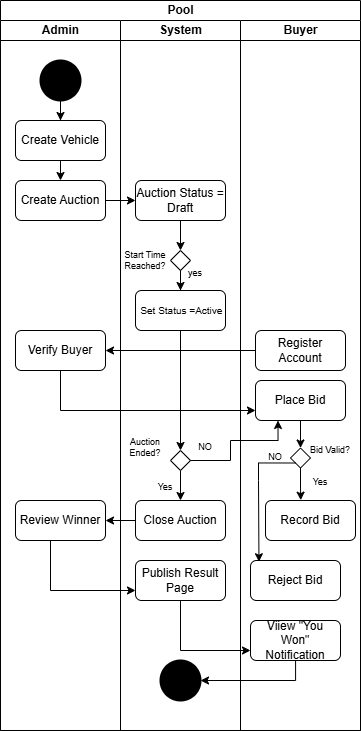
This is Documentation/Final Report/Activity Diagram.drawio.png from KavinduJehan/Web-Based-Vehicle-Auction-Platform, a draw.io export, as it was before one commit. Source tidied: cells renumbered, new cells last; positions are measured from the earlier drawing's top-left corner, leaving out a move shared by most shapes. Its diagram source:
```xml
<mxGraphModel background="#ffffff">
  <root>
    <mxCell id="0" />
    <mxCell id="1" parent="0" />
    <mxCell id="2" value="Pool" style="swimlane;startSize=20;html=1;" parent="1" vertex="1">
      <mxGeometry width="360" height="730" as="geometry" />
    </mxCell>
    <mxCell id="3" value="Admin" style="swimlane;startSize=20;html=1;" parent="2" vertex="1">
      <mxGeometry y="20" width="120" height="710" as="geometry" />
    </mxCell>
    <mxCell id="4" style="edgeStyle=orthogonalEdgeStyle;rounded=0;jettySize=auto;html=1;entryX=0.5;entryY=0;entryDx=0;entryDy=0;" parent="3" edge="1" source="5" target="7">
      <mxGeometry relative="1" as="geometry" />
    </mxCell>
    <mxCell id="5" style="strokeWidth=2;html=1;shape=mxgraph.flowchart.start_2;whiteSpace=wrap;fillColor=#000000;" parent="3" vertex="1">
      <mxGeometry x="40" y="40" width="40" height="40" as="geometry" />
    </mxCell>
    <mxCell id="6" style="edgeStyle=orthogonalEdgeStyle;rounded=0;jettySize=auto;html=1;exitX=0.5;exitY=1;exitDx=0;exitDy=0;entryX=0.5;entryY=0;entryDx=0;entryDy=0;" parent="3" edge="1" source="7" target="8">
      <mxGeometry relative="1" as="geometry" />
    </mxCell>
    <mxCell id="7" value="Create Vehicle" style="rounded=1;whiteSpace=wrap;html=1;" parent="3" vertex="1">
      <mxGeometry x="15" y="100" width="90" height="40" as="geometry" />
    </mxCell>
    <mxCell id="8" value="Create Auction" style="rounded=1;whiteSpace=wrap;html=1;" parent="3" vertex="1">
      <mxGeometry x="15" y="160" width="90" height="40" as="geometry" />
    </mxCell>
    <mxCell id="9" value="Verify Buyer" style="rounded=1;whiteSpace=wrap;html=1;" parent="3" vertex="1">
      <mxGeometry x="15" y="310" width="90" height="40" as="geometry" />
    </mxCell>
    <mxCell id="10" value="Review Winner" style="rounded=1;whiteSpace=wrap;html=1;" parent="3" vertex="1">
      <mxGeometry x="15" y="480" width="90" height="40" as="geometry" />
    </mxCell>
    <mxCell id="11" style="edgeStyle=orthogonalEdgeStyle;rounded=0;jettySize=auto;html=1;exitX=1;exitY=0.5;exitDx=0;exitDy=0;entryX=0;entryY=0.5;entryDx=0;entryDy=0;" parent="2" edge="1" source="8" target="14">
      <mxGeometry relative="1" as="geometry" />
    </mxCell>
    <mxCell id="12" value="System" style="swimlane;startSize=20;html=1;" parent="2" vertex="1">
      <mxGeometry x="120" y="20" width="120" height="710" as="geometry" />
    </mxCell>
    <mxCell id="13" style="edgeStyle=orthogonalEdgeStyle;rounded=0;jettySize=auto;html=1;" parent="12" edge="1" source="14" target="16">
      <mxGeometry relative="1" as="geometry" />
    </mxCell>
    <mxCell id="14" value="Auction Status = Draft" style="rounded=1;whiteSpace=wrap;html=1;" parent="12" vertex="1">
      <mxGeometry x="15" y="160" width="90" height="40" as="geometry" />
    </mxCell>
    <mxCell id="15" style="edgeStyle=orthogonalEdgeStyle;rounded=0;jettySize=auto;html=1;" parent="12" edge="1" source="16" target="19">
      <mxGeometry relative="1" as="geometry" />
    </mxCell>
    <mxCell id="16" style="rhombus;whiteSpace=wrap;html=1;" parent="12" vertex="1">
      <mxGeometry x="50" y="230" width="20" height="20" as="geometry" />
    </mxCell>
    <mxCell id="17" value="Start Time&lt;br&gt;Reached?" style="text;html=1;whiteSpace=wrap;strokeColor=none;fillColor=none;align=center;verticalAlign=middle;rounded=0;fontSize=9;" parent="12" vertex="1">
      <mxGeometry y="222.5" width="50" height="35" as="geometry" />
    </mxCell>
    <mxCell id="18" style="edgeStyle=orthogonalEdgeStyle;rounded=0;jettySize=auto;html=1;entryX=0.5;entryY=0;entryDx=0;entryDy=0;" parent="12" edge="1" source="19" target="21">
      <mxGeometry relative="1" as="geometry" />
    </mxCell>
    <mxCell id="19" value="&amp;nbsp;Set Status =Active" style="rounded=1;whiteSpace=wrap;html=1;fontSize=10;" parent="12" vertex="1">
      <mxGeometry x="15" y="270" width="90" height="40" as="geometry" />
    </mxCell>
    <mxCell id="20" style="edgeStyle=orthogonalEdgeStyle;rounded=0;jettySize=auto;html=1;entryX=0.5;entryY=0;entryDx=0;entryDy=0;" parent="12" edge="1" source="21" target="24">
      <mxGeometry relative="1" as="geometry" />
    </mxCell>
    <mxCell id="21" style="rhombus;whiteSpace=wrap;html=1;" parent="12" vertex="1">
      <mxGeometry x="50" y="430" width="20" height="20" as="geometry" />
    </mxCell>
    <mxCell id="22" value="yes" style="text;html=1;whiteSpace=wrap;strokeColor=none;fillColor=none;align=center;verticalAlign=middle;rounded=0;fontSize=9;" parent="12" vertex="1">
      <mxGeometry x="50" y="235" width="50" height="35" as="geometry" />
    </mxCell>
    <mxCell id="23" value="Auction Ended?" style="text;html=1;whiteSpace=wrap;strokeColor=none;fillColor=none;align=center;verticalAlign=middle;rounded=0;fontSize=9;" parent="12" vertex="1">
      <mxGeometry y="410" width="50" height="35" as="geometry" />
    </mxCell>
    <mxCell id="24" value="Close Auction" style="rounded=1;whiteSpace=wrap;html=1;" parent="12" vertex="1">
      <mxGeometry x="15" y="480" width="90" height="40" as="geometry" />
    </mxCell>
    <mxCell id="25" value="Publish Result Page" style="rounded=1;whiteSpace=wrap;html=1;" parent="12" vertex="1">
      <mxGeometry x="15" y="540" width="90" height="40" as="geometry" />
    </mxCell>
    <mxCell id="26" value="Yes" style="text;html=1;whiteSpace=wrap;strokeColor=none;fillColor=none;align=center;verticalAlign=middle;rounded=0;fontSize=9;" parent="12" vertex="1">
      <mxGeometry x="20" y="450" width="50" height="35" as="geometry" />
    </mxCell>
    <mxCell id="27" value="NO" style="text;html=1;whiteSpace=wrap;strokeColor=none;fillColor=none;align=center;verticalAlign=middle;rounded=0;fontSize=9;" parent="12" vertex="1">
      <mxGeometry x="60" y="410" width="50" height="35" as="geometry" />
    </mxCell>
    <mxCell id="28" style="strokeWidth=2;html=1;shape=mxgraph.flowchart.start_2;whiteSpace=wrap;fillColor=#000000;" parent="12" vertex="1">
      <mxGeometry x="40" y="640" width="40" height="40" as="geometry" />
    </mxCell>
    <mxCell id="29" value="Buyer" style="swimlane;startSize=20;html=1;" parent="2" vertex="1">
      <mxGeometry x="240" y="20" width="120" height="710" as="geometry" />
    </mxCell>
    <mxCell id="30" value="Register Account" style="rounded=1;whiteSpace=wrap;html=1;" parent="29" vertex="1">
      <mxGeometry x="15" y="310" width="90" height="40" as="geometry" />
    </mxCell>
    <mxCell id="31" style="edgeStyle=orthogonalEdgeStyle;rounded=0;jettySize=auto;html=1;exitX=0.5;exitY=1;exitDx=0;exitDy=0;entryX=0.5;entryY=0;entryDx=0;entryDy=0;" parent="29" edge="1" source="32" target="33">
      <mxGeometry relative="1" as="geometry" />
    </mxCell>
    <mxCell id="32" value="Place Bid " style="rounded=1;whiteSpace=wrap;html=1;" parent="29" vertex="1">
      <mxGeometry x="15" y="360" width="90" height="40" as="geometry" />
    </mxCell>
    <mxCell id="33" style="rhombus;whiteSpace=wrap;html=1;" parent="29" vertex="1">
      <mxGeometry x="50" y="427.5" width="20" height="20" as="geometry" />
    </mxCell>
    <mxCell id="34" value="Bid Valid?" style="text;html=1;whiteSpace=wrap;strokeColor=none;fillColor=none;align=center;verticalAlign=middle;rounded=0;fontSize=9;" parent="29" vertex="1">
      <mxGeometry x="65" y="412.5" width="50" height="35" as="geometry" />
    </mxCell>
    <mxCell id="35" value="Record Bid" style="rounded=1;whiteSpace=wrap;html=1;" parent="29" vertex="1">
      <mxGeometry x="25" y="480" width="90" height="40" as="geometry" />
    </mxCell>
    <mxCell id="36" value="Reject Bid" style="rounded=1;whiteSpace=wrap;html=1;" parent="29" vertex="1">
      <mxGeometry x="10" y="540" width="90" height="40" as="geometry" />
    </mxCell>
    <mxCell id="37" style="edgeStyle=orthogonalEdgeStyle;rounded=0;jettySize=auto;html=1;entryX=0.392;entryY=-0.008;entryDx=0;entryDy=0;entryPerimeter=0;" parent="29" edge="1" source="33" target="35">
      <mxGeometry relative="1" as="geometry" />
    </mxCell>
    <mxCell id="38" style="edgeStyle=orthogonalEdgeStyle;rounded=0;jettySize=auto;html=1;exitX=0;exitY=1;exitDx=0;exitDy=0;entryX=0.094;entryY=0.031;entryDx=0;entryDy=0;entryPerimeter=0;" parent="29" edge="1" source="33" target="36">
      <mxGeometry relative="1" as="geometry">
        <Array as="points">
          <mxPoint x="18" y="443" />
          <mxPoint x="18" y="460" />
        </Array>
      </mxGeometry>
    </mxCell>
    <mxCell id="39" value="NO" style="text;html=1;whiteSpace=wrap;strokeColor=none;fillColor=none;align=center;verticalAlign=middle;rounded=0;fontSize=9;" parent="29" vertex="1">
      <mxGeometry x="10" y="420" width="50" height="35" as="geometry" />
    </mxCell>
    <mxCell id="40" value="Yes" style="text;html=1;whiteSpace=wrap;strokeColor=none;fillColor=none;align=center;verticalAlign=middle;rounded=0;fontSize=9;" parent="29" vertex="1">
      <mxGeometry x="55" y="445" width="50" height="35" as="geometry" />
    </mxCell>
    <mxCell id="41" value="Viiew &quot;You Won&quot; Notification" style="rounded=1;whiteSpace=wrap;html=1;" parent="29" vertex="1">
      <mxGeometry x="10" y="600" width="90" height="40" as="geometry" />
    </mxCell>
    <mxCell id="42" style="edgeStyle=orthogonalEdgeStyle;rounded=0;jettySize=auto;html=1;entryX=1;entryY=0.5;entryDx=0;entryDy=0;" parent="2" edge="1" source="30" target="9">
      <mxGeometry relative="1" as="geometry" />
    </mxCell>
    <mxCell id="43" style="edgeStyle=orthogonalEdgeStyle;rounded=0;jettySize=auto;html=1;entryX=0;entryY=0.75;entryDx=0;entryDy=0;" parent="2" edge="1" source="9" target="32">
      <mxGeometry relative="1" as="geometry">
        <Array as="points">
          <mxPoint x="60" y="410" />
        </Array>
      </mxGeometry>
    </mxCell>
    <mxCell id="44" style="edgeStyle=orthogonalEdgeStyle;rounded=0;jettySize=auto;html=1;exitX=0;exitY=0.5;exitDx=0;exitDy=0;" parent="2" edge="1" source="24" target="10">
      <mxGeometry relative="1" as="geometry" />
    </mxCell>
    <mxCell id="45" style="edgeStyle=orthogonalEdgeStyle;rounded=0;jettySize=auto;html=1;entryX=0;entryY=0.75;entryDx=0;entryDy=0;" parent="2" edge="1" source="10" target="25">
      <mxGeometry relative="1" as="geometry">
        <Array as="points">
          <mxPoint x="50" y="590" />
        </Array>
      </mxGeometry>
    </mxCell>
    <mxCell id="46" style="edgeStyle=orthogonalEdgeStyle;rounded=0;jettySize=auto;html=1;entryX=0;entryY=0.75;entryDx=0;entryDy=0;" parent="2" edge="1" source="25" target="41">
      <mxGeometry relative="1" as="geometry">
        <Array as="points">
          <mxPoint x="180" y="650" />
        </Array>
      </mxGeometry>
    </mxCell>
    <mxCell id="47" style="edgeStyle=orthogonalEdgeStyle;rounded=0;jettySize=auto;html=1;" parent="2" edge="1" source="41" target="28">
      <mxGeometry relative="1" as="geometry">
        <Array as="points">
          <mxPoint x="295" y="680" />
        </Array>
      </mxGeometry>
    </mxCell>
    <mxCell id="48" style="edgeStyle=orthogonalEdgeStyle;rounded=0;jettySize=auto;html=1;entryX=0.25;entryY=1;entryDx=0;entryDy=0;" parent="2" edge="1" source="21" target="32">
      <mxGeometry relative="1" as="geometry">
        <Array as="points">
          <mxPoint x="230" y="460" />
          <mxPoint x="230" y="440" />
          <mxPoint x="278" y="440" />
        </Array>
      </mxGeometry>
    </mxCell>
  </root>
</mxGraphModel>
```
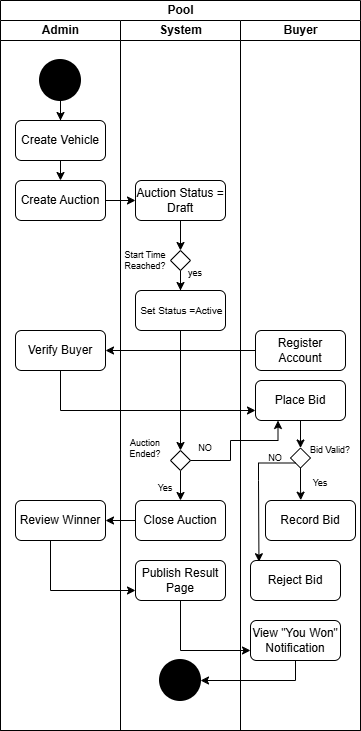
Later version of the same file.

The edit, as a diff of the source:
```diff
@@ -124,7 +124,7 @@
     <mxCell id="40" value="Yes" style="text;html=1;whiteSpace=wrap;strokeColor=none;fillColor=none;align=center;verticalAlign=middle;rounded=0;fontSize=9;" parent="29" vertex="1">
       <mxGeometry x="55" y="445" width="50" height="35" as="geometry" />
     </mxCell>
-    <mxCell id="41" value="Viiew &quot;You Won&quot; Notification" style="rounded=1;whiteSpace=wrap;html=1;" parent="29" vertex="1">
+    <mxCell id="41" value="View &quot;You Won&quot; Notification" style="rounded=1;whiteSpace=wrap;html=1;" parent="29" vertex="1">
       <mxGeometry x="10" y="600" width="90" height="40" as="geometry" />
     </mxCell>
     <mxCell id="42" style="edgeStyle=orthogonalEdgeStyle;rounded=0;jettySize=auto;html=1;entryX=1;entryY=0.5;entryDx=0;entryDy=0;" parent="2" edge="1" source="30" target="9">
```
